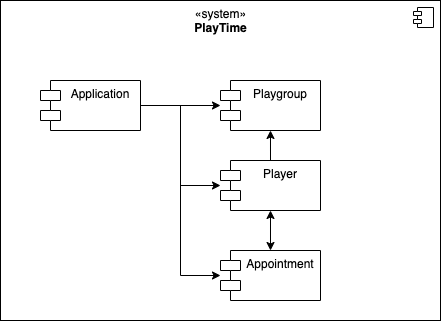
Before: doku/bausteinsicht.drawio.png, a diagram exported from draw.io (Skanky0815/playtime). Source tidied: cells renumbered, new cells last; positions are measured from the earlier drawing's top-left corner, leaving out a move shared by most shapes.
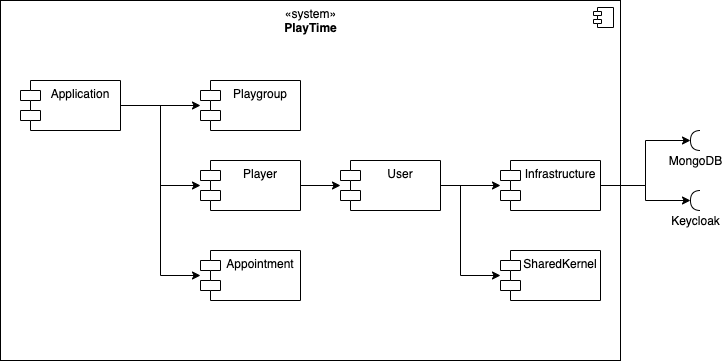
The same diagram one commit later.

Change to the diagram source:
```diff
@@ -3,7 +3,7 @@
     <mxCell id="0" />
     <mxCell id="1" parent="0" />
     <mxCell id="2" value="«system»&lt;br&gt;&lt;b&gt;PlayTime&lt;/b&gt;" style="html=1;verticalAlign=top;" parent="1" vertex="1">
-      <mxGeometry width="440" height="320" as="geometry" />
+      <mxGeometry x="20" width="620" height="360" as="geometry" />
     </mxCell>
     <mxCell id="3" style="shape=module;jettyWidth=8;jettyHeight=4;" parent="2" vertex="1">
       <mxGeometry x="1" width="20" height="20" relative="1" as="geometry">
@@ -32,12 +32,9 @@
     <mxCell id="7" value="Application" style="shape=module;align=left;spacingLeft=20;align=center;verticalAlign=top;" parent="1" vertex="1">
       <mxGeometry x="40" y="80" width="100" height="50" as="geometry" />
     </mxCell>
-    <mxCell id="8" style="edgeStyle=orthogonalEdgeStyle;rounded=0;jettySize=auto;html=1;" parent="1" edge="1" source="10" target="11">
-      <mxGeometry relative="1" as="geometry" />
-    </mxCell>
-    <mxCell id="9" style="edgeStyle=orthogonalEdgeStyle;rounded=0;jettySize=auto;html=1;entryX=0.5;entryY=0;entryDx=0;entryDy=0;startArrow=classic;startFill=1;" parent="1" edge="1" source="10" target="12">
-      <mxGeometry relative="1" as="geometry" />
-    </mxCell>
+    <mxCell id="13" style="edgeStyle=orthogonalEdgeStyle;rounded=0;jettySize=auto;html=1;" parent="1" edge="1" source="10" target="16">
+      <mxGeometry relative="1" as="geometry" />
+    </mxCell>
     <mxCell id="10" value="Player" style="shape=module;align=left;spacingLeft=20;align=center;verticalAlign=top;" parent="1" vertex="1">
       <mxGeometry x="220" y="160" width="100" height="50" as="geometry" />
     </mxCell>
@@ -47,5 +44,37 @@
     <mxCell id="12" value="Appointment" style="shape=module;align=left;spacingLeft=20;align=center;verticalAlign=top;" parent="1" vertex="1">
       <mxGeometry x="220" y="250" width="100" height="50" as="geometry" />
     </mxCell>
+    <mxCell id="14" style="edgeStyle=orthogonalEdgeStyle;rounded=0;jettySize=auto;html=1;" parent="1" edge="1" source="16" target="19">
+      <mxGeometry relative="1" as="geometry" />
+    </mxCell>
+    <mxCell id="15" style="edgeStyle=orthogonalEdgeStyle;rounded=0;jettySize=auto;html=1;exitX=1;exitY=0.5;exitDx=0;exitDy=0;" parent="1" edge="1" source="16" target="20">
+      <mxGeometry relative="1" as="geometry">
+        <Array as="points">
+          <mxPoint x="480" y="185" />
+          <mxPoint x="480" y="275" />
+        </Array>
+      </mxGeometry>
+    </mxCell>
+    <mxCell id="16" value="User" style="shape=module;align=left;spacingLeft=20;align=center;verticalAlign=top;" parent="1" vertex="1">
+      <mxGeometry x="360" y="160" width="100" height="50" as="geometry" />
+    </mxCell>
+    <mxCell id="17" style="edgeStyle=orthogonalEdgeStyle;rounded=0;jettySize=auto;html=1;exitX=1;exitY=0.5;exitDx=0;exitDy=0;entryX=1;entryY=0.5;entryDx=0;entryDy=0;entryPerimeter=0;" parent="1" edge="1" source="19" target="21">
+      <mxGeometry relative="1" as="geometry" />
+    </mxCell>
+    <mxCell id="18" style="edgeStyle=orthogonalEdgeStyle;rounded=0;jettySize=auto;html=1;exitX=1;exitY=0.5;exitDx=0;exitDy=0;entryX=1;entryY=0.5;entryDx=0;entryDy=0;entryPerimeter=0;" parent="1" edge="1" source="19" target="22">
+      <mxGeometry relative="1" as="geometry" />
+    </mxCell>
+    <mxCell id="19" value="Infrastructure" style="shape=module;align=left;spacingLeft=20;align=center;verticalAlign=top;" parent="1" vertex="1">
+      <mxGeometry x="520" y="160" width="100" height="50" as="geometry" />
+    </mxCell>
+    <mxCell id="20" value="SharedKernel" style="shape=module;align=left;spacingLeft=20;align=center;verticalAlign=top;" parent="1" vertex="1">
+      <mxGeometry x="520" y="250" width="100" height="50" as="geometry" />
+    </mxCell>
+    <mxCell id="21" value="MongoDB" style="shape=requiredInterface;html=1;verticalLabelPosition=bottom;direction=west;" parent="1" vertex="1">
+      <mxGeometry x="710" y="130" width="10" height="20" as="geometry" />
+    </mxCell>
+    <mxCell id="22" value="Keycloak" style="shape=requiredInterface;html=1;verticalLabelPosition=bottom;direction=west;" parent="1" vertex="1">
+      <mxGeometry x="710" y="190" width="10" height="20" as="geometry" />
+    </mxCell>
   </root>
 </mxGraphModel>
```
